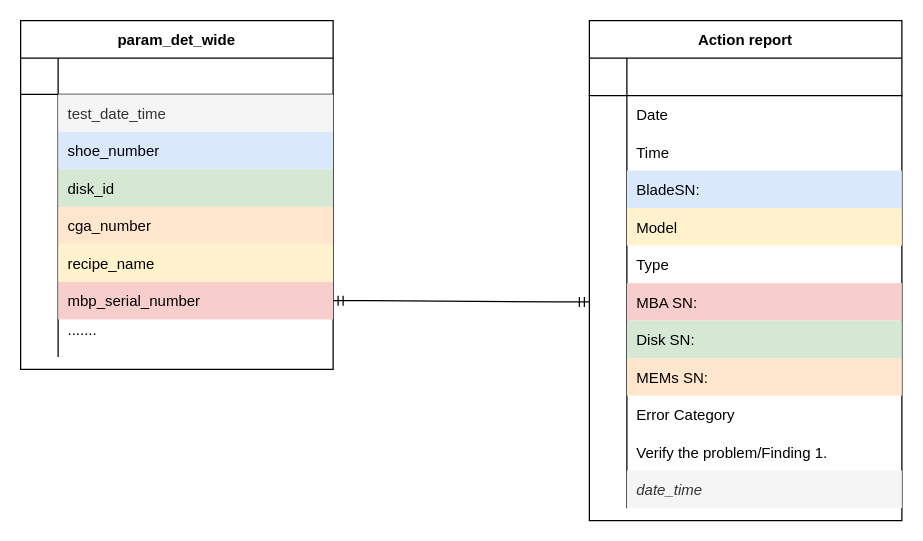
Earlier version of the draw.io diagram Untitled Diagram.drawio (Panhavath/cv). Source tidied: cells renumbered, new cells numbered last; positions are measured from the earlier drawing's top-left corner, leaving out a move shared by most shapes. Both pictures are drawn from the tidied source at 125%, with x=0, y=0 at pixel (20, 20).
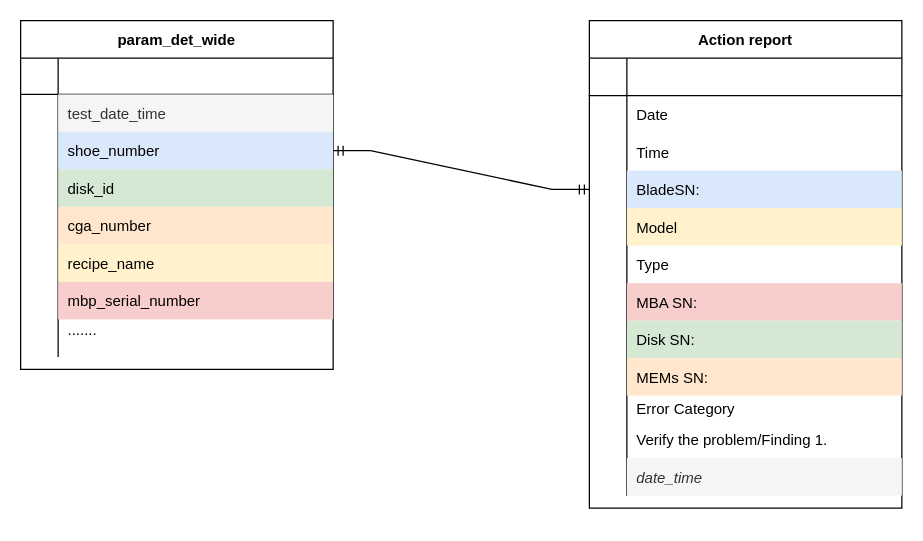
The same page after the edit.

The change refers to these unchanged cells:
```xml
<mxCell id="9" style="shape=tableRow;horizontal=0;startSize=0;swimlaneHead=0;swimlaneBody=0;fillColor=none;points=[[0,0.5],[1,0.5]];portConstraint=eastwest;top=0;left=0;right=0;bottom=0;" parent="2" vertex="1">
  <mxGeometry y="89" width="250" height="30" as="geometry" />
</mxCell>
<mxCell id="21" style="shape=tableRow;horizontal=0;startSize=0;swimlaneHead=0;swimlaneBody=0;fillColor=none;points=[[0,0.5],[1,0.5]];portConstraint=eastwest;top=0;left=0;right=0;bottom=0;" parent="2" vertex="1">
  <mxGeometry y="209" width="250" height="30" as="geometry" />
</mxCell>
<mxCell id="37" style="shape=tableRow;horizontal=0;startSize=0;swimlaneHead=0;swimlaneBody=0;fillColor=none;points=[[0,0.5],[1,0.5]];portConstraint=eastwest;top=0;left=0;right=0;bottom=0;" parent="27" vertex="1">
  <mxGeometry y="120" width="250" height="30" as="geometry" />
</mxCell>
<mxCell id="46" style="shape=tableRow;horizontal=0;startSize=0;swimlaneHead=0;swimlaneBody=0;fillColor=none;points=[[0,0.5],[1,0.5]];portConstraint=eastwest;top=0;left=0;right=0;bottom=0;" parent="27" vertex="1">
  <mxGeometry y="210" width="250" height="30" as="geometry" />
</mxCell>
```

Diff of the diagram source:
```diff
@@
     <mxCell id="27" value="Action report" style="shape=table;startSize=30;childLayout=tableLayout;rowLines=0;fontStyle=1;align=center;" parent="1" vertex="1">
-      <mxGeometry x="455" width="250" height="400" as="geometry" />
+      <mxGeometry x="455" width="250" height="390" as="geometry" />
     </mxCell>
@@
     <mxCell id="55" style="shape=tableRow;horizontal=0;startSize=0;swimlaneHead=0;swimlaneBody=0;fillColor=none;top=0;left=0;right=0;bottom=0;" parent="27" vertex="1">
-      <mxGeometry y="300" width="250" height="30" as="geometry" />
+      <mxGeometry y="300" width="250" height="20" as="geometry" />
     </mxCell>
     <mxCell id="56" style="shape=partialRectangle;fillColor=none;top=0;left=0;bottom=0;right=0;overflow=hidden;" parent="55" vertex="1">
-      <mxGeometry width="30" height="30" as="geometry" />
+      <mxGeometry width="30" height="20" as="geometry" />
     </mxCell>
     <mxCell id="57" value="Error Category" style="shape=partialRectangle;fillColor=none;top=0;left=0;bottom=0;right=0;align=left;spacingLeft=6;overflow=hidden;" parent="55" vertex="1">
-      <mxGeometry x="30" width="220" height="30" as="geometry" />
+      <mxGeometry x="30" width="220" height="20" as="geometry" />
     </mxCell>
     <mxCell id="58" style="shape=tableRow;horizontal=0;startSize=0;swimlaneHead=0;swimlaneBody=0;fillColor=none;top=0;left=0;right=0;bottom=0;" parent="27" vertex="1">
-      <mxGeometry y="330" width="250" height="30" as="geometry" />
+      <mxGeometry y="320" width="250" height="30" as="geometry" />
     </mxCell>
@@
     <mxCell id="61" style="shape=tableRow;horizontal=0;startSize=0;swimlaneHead=0;swimlaneBody=0;fillColor=none;top=0;left=0;right=0;bottom=0;" parent="27" vertex="1">
-      <mxGeometry y="360" width="250" height="30" as="geometry" />
+      <mxGeometry y="350" width="250" height="30" as="geometry" />
     </mxCell>
@@
-    <mxCell id="64" style="edgeStyle=entityRelationEdgeStyle;fontSize=12;html=1;endArrow=ERmandOne;startArrow=ERmandOne;rounded=0;exitX=1;exitY=0.5;exitDx=0;exitDy=0;" parent="1" edge="1" source="21" target="46">
+    <mxCell id="64" style="edgeStyle=entityRelationEdgeStyle;fontSize=12;html=1;endArrow=ERmandOne;startArrow=ERmandOne;rounded=0;exitX=1;exitY=0.5;exitDx=0;exitDy=0;entryX=0;entryY=0.5;entryDx=0;entryDy=0;" parent="1" edge="1" source="9" target="37">
       <mxGeometry relative="1" as="geometry">
         <Array as="points">
           <mxPoint x="180" y="210" />
         </Array>
       </mxGeometry>
     </mxCell>
```
